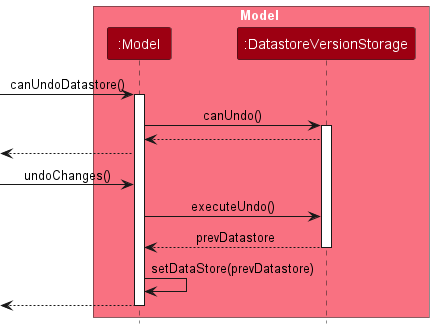
soons1/tp keeps this PlantUML diagram as docs/images/UndoSequenceDiagram-Model.png. Above is the earlier version.
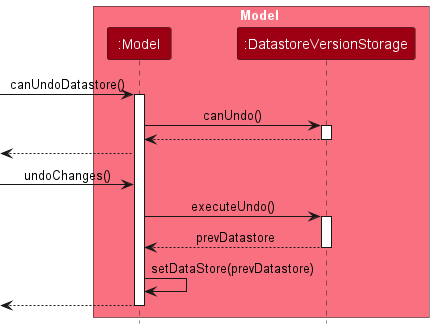
After the commit.

Commit message:
Update undo sequence diagrams

What changed in the source:
```diff
@@ -13,10 +13,12 @@
 Model -> DatastoreVersionStorage : canUndo()
 activate DatastoreVersionStorage
 DatastoreVersionStorage --> Model
+deactivate DatastoreVersionStorage
 [<-- Model
 
 [-> Model : undoChanges()
 Model -> DatastoreVersionStorage : executeUndo()
+activate DatastoreVersionStorage
 DatastoreVersionStorage --> Model : prevDatastore
 deactivate DatastoreVersionStorage
 
```
